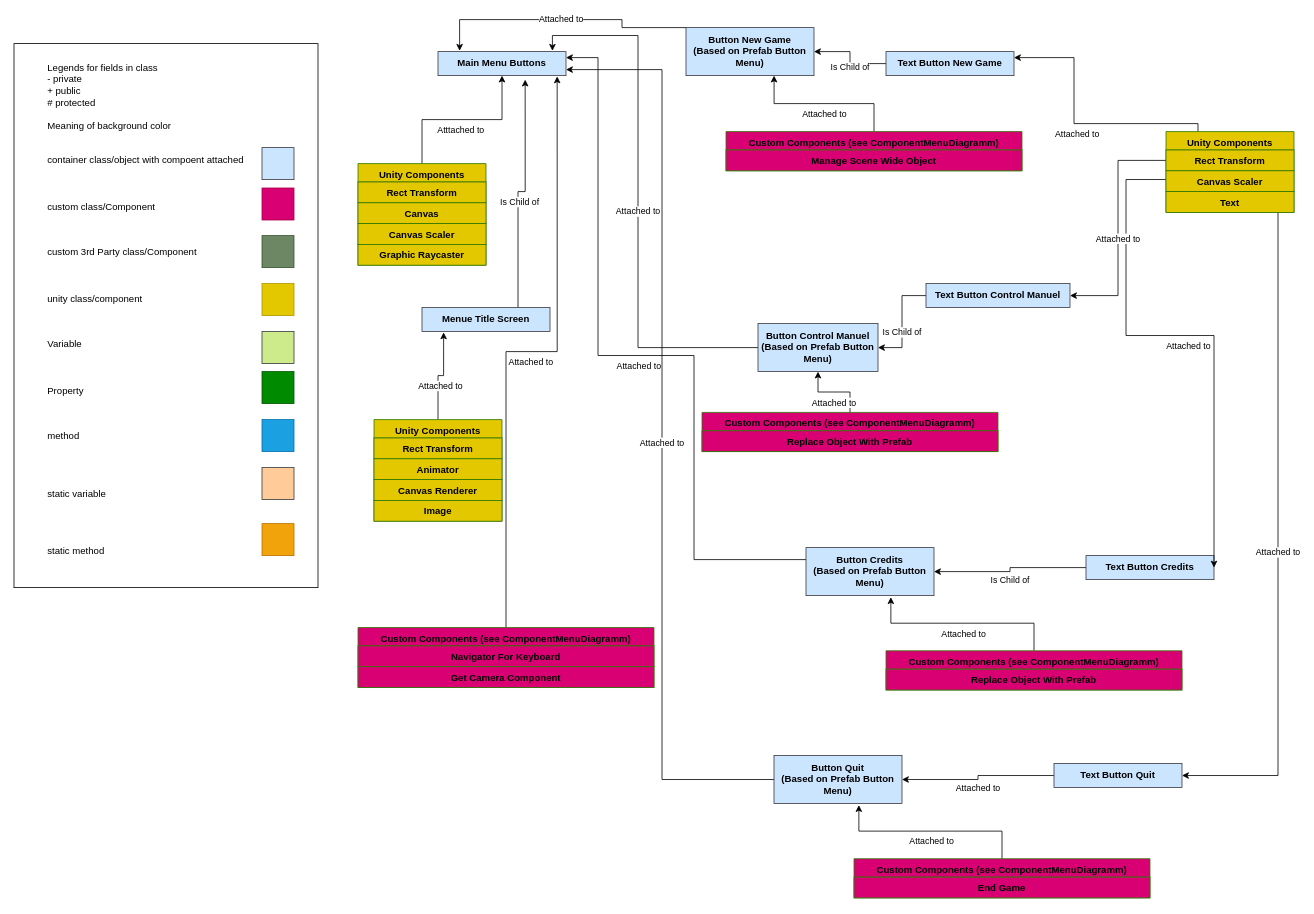
BoolPurist/Sunken-Castle keeps this draw.io diagram as Docs/Diagramms/DiagrammPrefab_MainMenuButtons.drawio. Above is the earlier version. Source tidied: cells renumbered, new cells numbered last; positions are measured from the earlier drawing's top-left corner, leaving out a move shared by most shapes. Both pictures are drawn from the tidied source at 80%, with x=0, y=0 at pixel (14, 19).
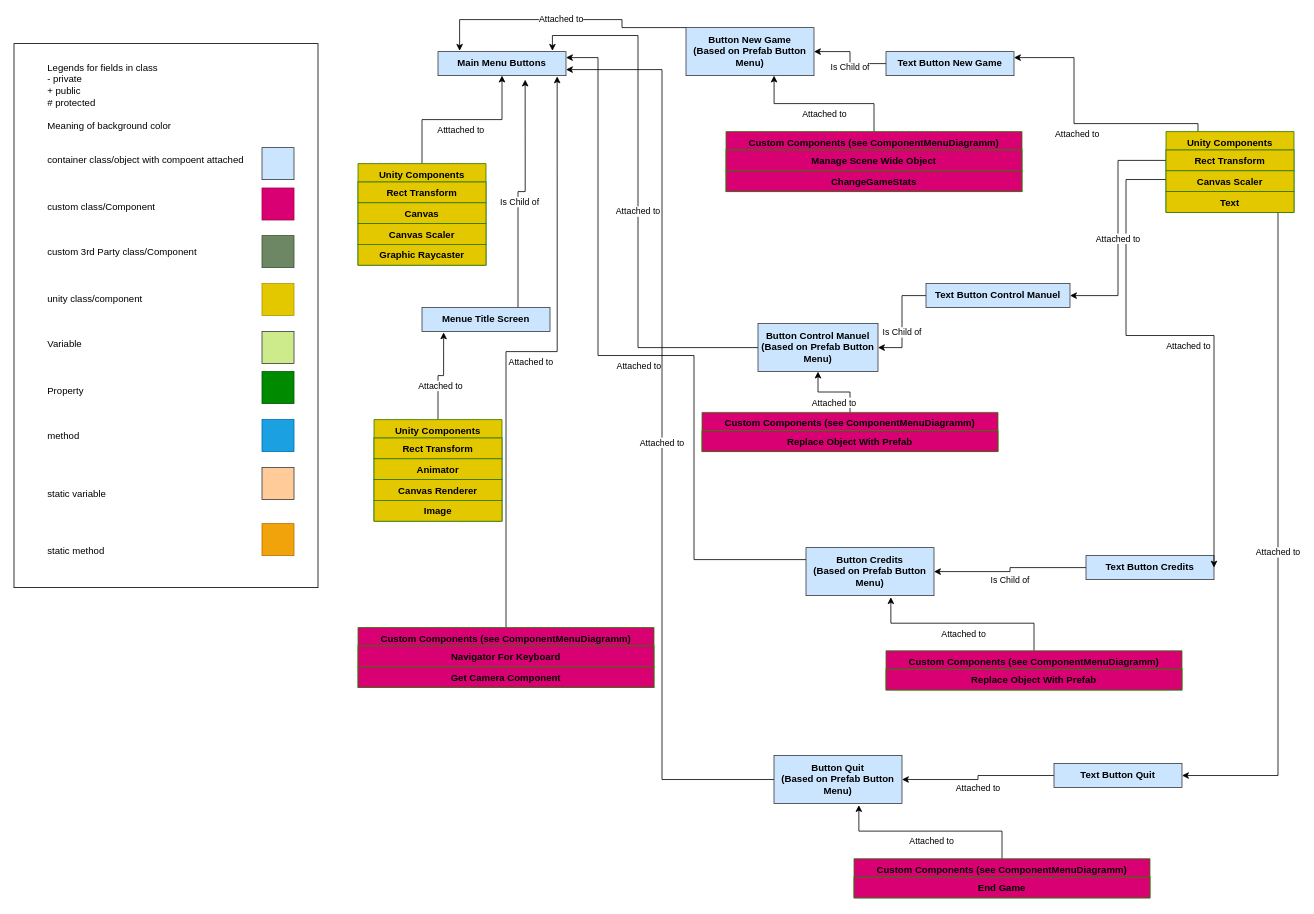
The same diagram, later.

Diff of the diagram source:
```diff
@@
     <mxCell id="56" value="Custom Components (see ComponentMenuDiagramm)" style="swimlane;fontStyle=1;horizontal=1;fillColor=#D80073;fontColor=#000000;align=center;verticalAlign=top;strokeColor=#2D7600;gradientColor=none;spacingLeft=4;spacingRight=4;" parent="1" vertex="1">
-      <mxGeometry x="890" y="140" width="370" height="49" as="geometry" />
+      <mxGeometry x="890" y="140" width="370" height="75" as="geometry" />
     </mxCell>
@@
+    <mxCell id="67" value="ChangeGameStats" style="text;strokeColor=#2D7600;fillColor=#D80073;align=center;verticalAlign=top;spacingLeft=4;spacingRight=4;overflow=hidden;fontColor=#000000;fontStyle=1;" parent="56" vertex="1">
+      <mxGeometry y="49" width="370" height="26" as="geometry" />
+    </mxCell>
```
